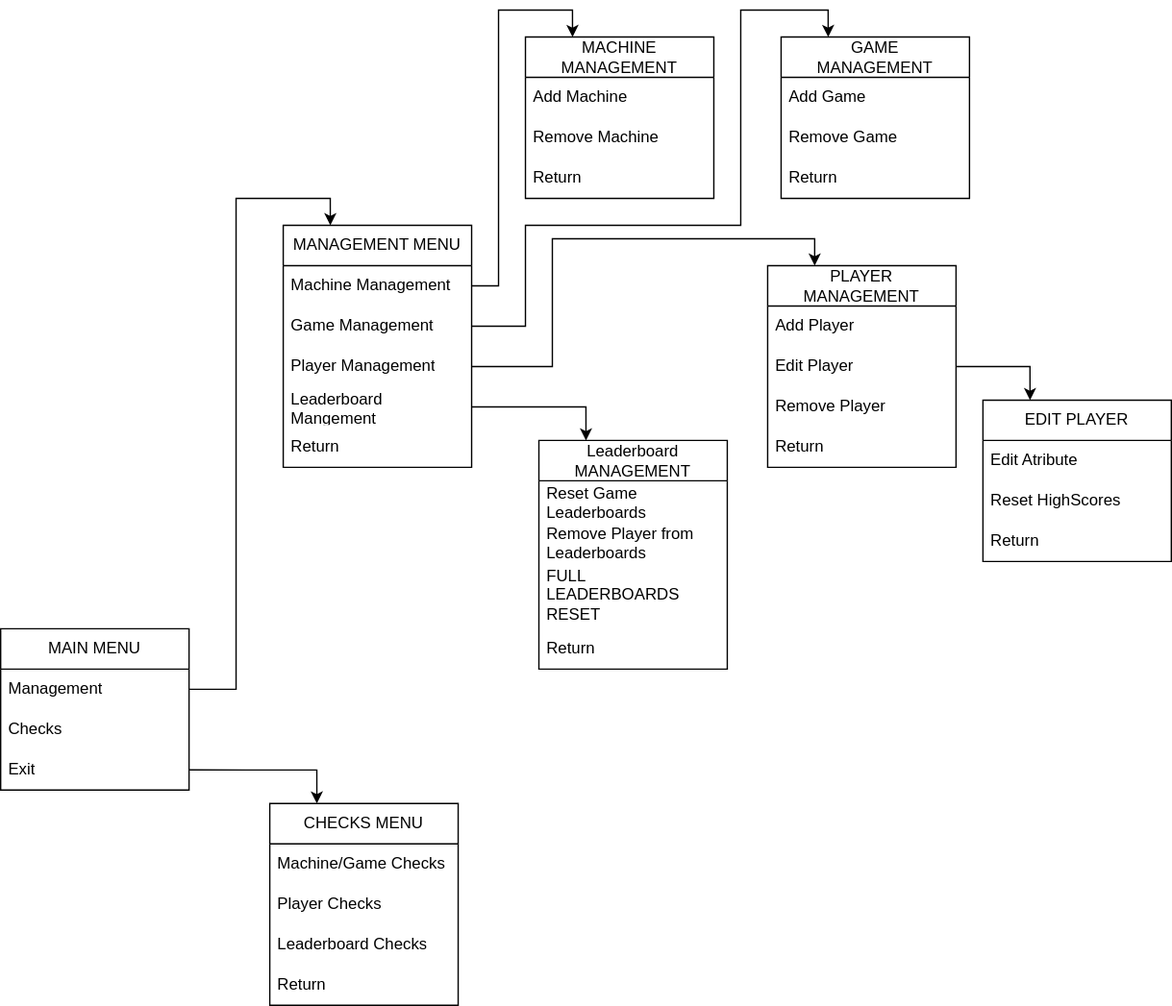
This is practical_work/Menus_diagram.svg from PdvSobral/curricular_unit_P2, a draw.io export, as it was before one commit. Source tidied: cells renumbered, new cells last; positions are measured from the earlier drawing's top-left corner, leaving out a move shared by most shapes.
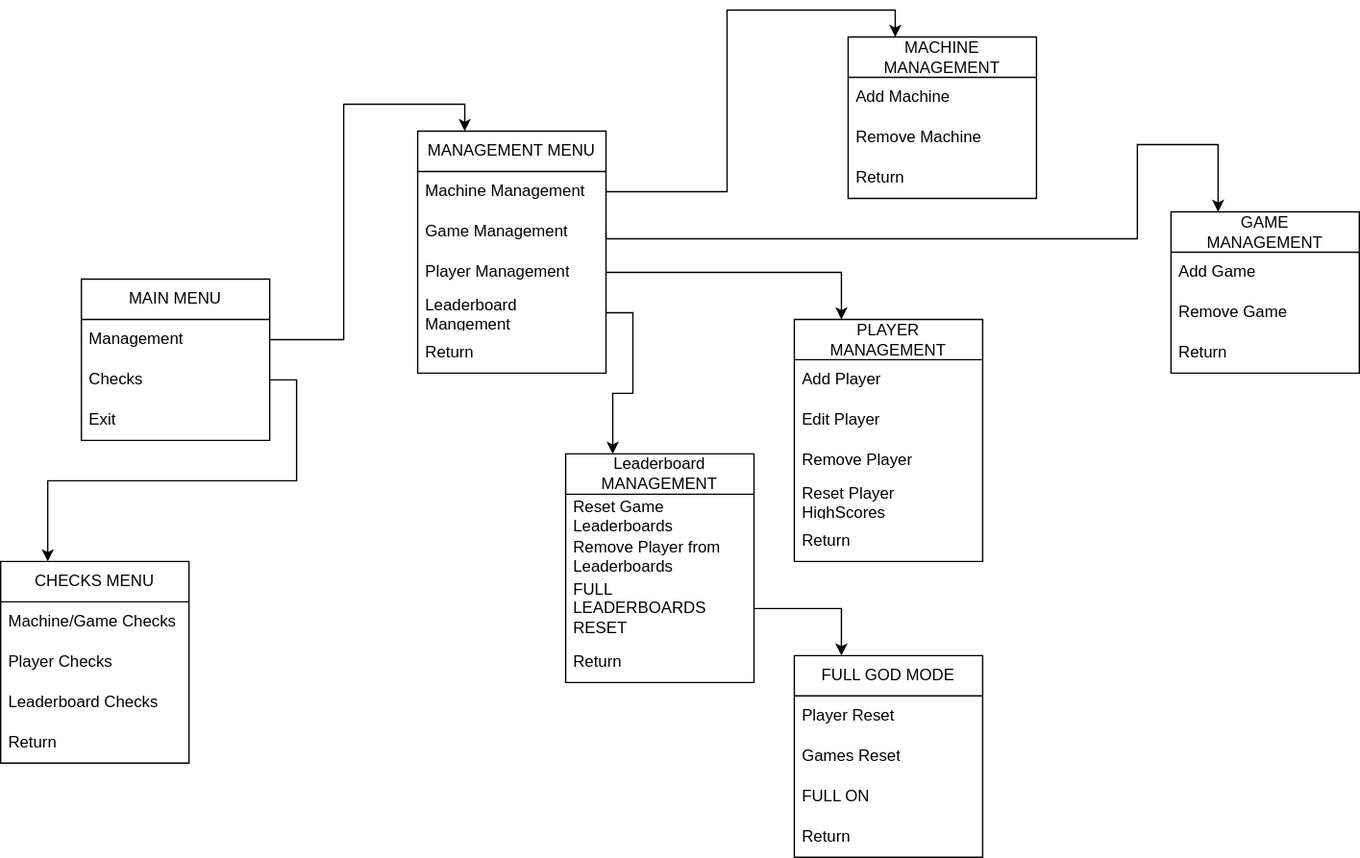
After the change.

What changed in the source:
```diff
@@ -3,7 +3,7 @@
     <mxCell id="0" />
     <mxCell id="1" parent="0" />
     <mxCell id="2" value="MAIN MENU" style="swimlane;fontStyle=0;horizontal=1;startSize=30;whiteSpace=wrap;html=1;" parent="1" vertex="1">
-      <mxGeometry y="460" width="140" height="120" as="geometry" />
+      <mxGeometry x="-170" y="90" width="140" height="120" as="geometry" />
     </mxCell>
     <mxCell id="3" value="Management" style="text;strokeColor=none;fillColor=none;align=left;verticalAlign=middle;spacingLeft=4;spacingRight=4;overflow=hidden;points=[[0,0.5],[1,0.5]];portConstraint=eastwest;whiteSpace=wrap;html=1;" parent="2" vertex="1">
       <mxGeometry y="30" width="140" height="30" as="geometry" />
@@ -15,7 +15,7 @@
       <mxGeometry y="90" width="140" height="30" as="geometry" />
     </mxCell>
     <mxCell id="6" value="MANAGEMENT MENU" style="swimlane;fontStyle=0;horizontal=1;startSize=30;whiteSpace=wrap;html=1;" parent="1" vertex="1">
-      <mxGeometry x="210" y="160" width="140" height="180" as="geometry" />
+      <mxGeometry x="80" y="-20" width="140" height="180" as="geometry" />
     </mxCell>
     <mxCell id="7" value="Machine Management" style="text;strokeColor=none;fillColor=none;align=left;verticalAlign=middle;spacingLeft=4;spacingRight=4;overflow=hidden;points=[[0,0.5],[1,0.5]];portConstraint=eastwest;whiteSpace=wrap;html=1;" parent="6" vertex="1">
       <mxGeometry y="30" width="140" height="30" as="geometry" />
@@ -33,7 +33,7 @@
       <mxGeometry y="150" width="140" height="30" as="geometry" />
     </mxCell>
     <mxCell id="12" value="MACHINE MANAGEMENT" style="swimlane;fontStyle=0;horizontal=1;startSize=30;whiteSpace=wrap;html=1;" parent="1" vertex="1">
-      <mxGeometry x="390" y="20" width="140" height="120" as="geometry" />
+      <mxGeometry x="400" y="-90" width="140" height="120" as="geometry" />
     </mxCell>
     <mxCell id="13" value="Add Machine" style="text;strokeColor=none;fillColor=none;align=left;verticalAlign=middle;spacingLeft=4;spacingRight=4;overflow=hidden;whiteSpace=wrap;html=1;" parent="12" vertex="1">
       <mxGeometry y="30" width="140" height="30" as="geometry" />
@@ -51,7 +51,7 @@
       <mxGeometry relative="1" as="geometry" />
     </mxCell>
     <mxCell id="18" value="GAME&lt;br&gt;MANAGEMENT" style="swimlane;fontStyle=0;horizontal=1;startSize=30;whiteSpace=wrap;html=1;" parent="1" vertex="1">
-      <mxGeometry x="580" y="20" width="140" height="120" as="geometry" />
+      <mxGeometry x="640" y="40" width="140" height="120" as="geometry" />
     </mxCell>
     <mxCell id="19" value="Add Game" style="text;strokeColor=none;fillColor=none;align=left;verticalAlign=middle;spacingLeft=4;spacingRight=4;overflow=hidden;whiteSpace=wrap;html=1;" parent="18" vertex="1">
       <mxGeometry y="30" width="140" height="30" as="geometry" />
@@ -65,16 +65,15 @@
     <mxCell id="22" style="edgeStyle=orthogonalEdgeStyle;rounded=0;jettySize=auto;html=1;exitX=1;exitY=0.5;exitDx=0;exitDy=0;entryX=0.25;entryY=0;entryDx=0;entryDy=0;" parent="1" edge="1" source="8" target="18">
       <mxGeometry relative="1" as="geometry">
         <Array as="points">
-          <mxPoint x="390" y="235" />
-          <mxPoint x="390" y="160" />
-          <mxPoint x="550" y="160" />
-          <mxPoint x="550" />
-          <mxPoint x="615" />
+          <mxPoint x="220" y="60" />
+          <mxPoint x="615" y="60" />
+          <mxPoint x="615" y="-10" />
+          <mxPoint x="675" y="-10" />
         </Array>
       </mxGeometry>
     </mxCell>
     <mxCell id="23" value="PLAYER&lt;br&gt;MANAGEMENT" style="swimlane;fontStyle=0;horizontal=1;startSize=30;whiteSpace=wrap;html=1;" parent="1" vertex="1">
-      <mxGeometry x="570" y="190" width="140" height="150" as="geometry" />
+      <mxGeometry x="360" y="120" width="140" height="180" as="geometry" />
     </mxCell>
     <mxCell id="24" value="Add Player" style="text;strokeColor=none;fillColor=none;align=left;verticalAlign=middle;spacingLeft=4;spacingRight=4;overflow=hidden;whiteSpace=wrap;html=1;" parent="23" vertex="1">
       <mxGeometry y="30" width="140" height="30" as="geometry" />
@@ -85,21 +84,21 @@
     <mxCell id="26" value="Remove Player" style="text;strokeColor=none;fillColor=none;align=left;verticalAlign=middle;spacingLeft=4;spacingRight=4;overflow=hidden;whiteSpace=wrap;html=1;" parent="23" vertex="1">
       <mxGeometry y="90" width="140" height="30" as="geometry" />
     </mxCell>
+    <mxCell id="36" value="Reset Player HighScores" style="text;strokeColor=none;fillColor=none;align=left;verticalAlign=middle;spacingLeft=4;spacingRight=4;overflow=hidden;whiteSpace=wrap;html=1;" parent="23" vertex="1">
+      <mxGeometry y="120" width="140" height="30" as="geometry" />
+    </mxCell>
     <mxCell id="27" value="Return" style="text;strokeColor=none;fillColor=none;align=left;verticalAlign=middle;spacingLeft=4;spacingRight=4;overflow=hidden;whiteSpace=wrap;html=1;" parent="23" vertex="1">
-      <mxGeometry y="120" width="140" height="30" as="geometry" />
+      <mxGeometry y="150" width="140" height="30" as="geometry" />
     </mxCell>
     <mxCell id="28" style="edgeStyle=orthogonalEdgeStyle;rounded=0;jettySize=auto;html=1;exitX=1;exitY=0.5;exitDx=0;exitDy=0;entryX=0.25;entryY=0;entryDx=0;entryDy=0;" parent="1" edge="1" source="9" target="23">
       <mxGeometry relative="1" as="geometry">
         <Array as="points">
-          <mxPoint x="410" y="265" />
-          <mxPoint x="410" y="170" />
-          <mxPoint x="605" y="170" />
-          <mxPoint x="605" y="190" />
+          <mxPoint x="395" y="85" />
         </Array>
       </mxGeometry>
     </mxCell>
     <mxCell id="29" value="Leaderboard&lt;br&gt;MANAGEMENT" style="swimlane;fontStyle=0;horizontal=1;startSize=30;whiteSpace=wrap;html=1;" parent="1" vertex="1">
-      <mxGeometry x="400" y="320" width="140" height="170" as="geometry" />
+      <mxGeometry x="190" y="220" width="140" height="170" as="geometry" />
     </mxCell>
     <mxCell id="30" value="Reset Game Leaderboards" style="text;strokeColor=none;fillColor=none;align=left;verticalAlign=middle;spacingLeft=4;spacingRight=4;overflow=hidden;whiteSpace=wrap;html=1;" parent="29" vertex="1">
       <mxGeometry y="30" width="140" height="30" as="geometry" />
@@ -113,26 +112,11 @@
     <mxCell id="33" value="Return" style="text;strokeColor=none;fillColor=none;align=left;verticalAlign=middle;spacingLeft=4;spacingRight=4;overflow=hidden;whiteSpace=wrap;html=1;" parent="29" vertex="1">
       <mxGeometry y="140" width="140" height="30" as="geometry" />
     </mxCell>
-    <mxCell id="34" value="EDIT PLAYER" style="swimlane;fontStyle=0;horizontal=1;startSize=30;whiteSpace=wrap;html=1;" parent="1" vertex="1">
-      <mxGeometry x="730" y="290" width="140" height="120" as="geometry" />
-    </mxCell>
-    <mxCell id="35" value="Edit Atribute" style="text;strokeColor=none;fillColor=none;align=left;verticalAlign=middle;spacingLeft=4;spacingRight=4;overflow=hidden;whiteSpace=wrap;html=1;" parent="34" vertex="1">
-      <mxGeometry y="30" width="140" height="30" as="geometry" />
-    </mxCell>
-    <mxCell id="36" value="Reset HighScores" style="text;strokeColor=none;fillColor=none;align=left;verticalAlign=middle;spacingLeft=4;spacingRight=4;overflow=hidden;whiteSpace=wrap;html=1;" parent="34" vertex="1">
-      <mxGeometry y="60" width="140" height="30" as="geometry" />
-    </mxCell>
-    <mxCell id="37" value="Return" style="text;strokeColor=none;fillColor=none;align=left;verticalAlign=middle;spacingLeft=4;spacingRight=4;overflow=hidden;whiteSpace=wrap;html=1;" parent="34" vertex="1">
-      <mxGeometry y="90" width="140" height="30" as="geometry" />
-    </mxCell>
-    <mxCell id="38" style="edgeStyle=orthogonalEdgeStyle;rounded=0;jettySize=auto;html=1;exitX=1;exitY=0.5;exitDx=0;exitDy=0;entryX=0.25;entryY=0;entryDx=0;entryDy=0;" parent="1" edge="1" source="25" target="34">
-      <mxGeometry relative="1" as="geometry" />
-    </mxCell>
     <mxCell id="39" style="edgeStyle=orthogonalEdgeStyle;rounded=0;jettySize=auto;html=1;exitX=1;exitY=0.5;exitDx=0;exitDy=0;entryX=0.25;entryY=0;entryDx=0;entryDy=0;" parent="1" edge="1" source="10" target="29">
       <mxGeometry relative="1" as="geometry" />
     </mxCell>
     <mxCell id="40" value="CHECKS MENU" style="swimlane;fontStyle=0;horizontal=1;startSize=30;whiteSpace=wrap;html=1;" parent="1" vertex="1">
-      <mxGeometry x="200" y="590" width="140" height="150" as="geometry" />
+      <mxGeometry x="-230" y="300" width="140" height="150" as="geometry" />
     </mxCell>
     <mxCell id="41" value="Machine/Game Checks" style="text;strokeColor=none;fillColor=none;align=left;verticalAlign=middle;spacingLeft=4;spacingRight=4;overflow=hidden;whiteSpace=wrap;html=1;" parent="40" vertex="1">
       <mxGeometry y="30" width="140" height="30" as="geometry" />
@@ -146,8 +130,26 @@
     <mxCell id="44" value="Return" style="text;strokeColor=none;fillColor=none;align=left;verticalAlign=middle;spacingLeft=4;spacingRight=4;overflow=hidden;whiteSpace=wrap;html=1;" parent="40" vertex="1">
       <mxGeometry y="120" width="140" height="30" as="geometry" />
     </mxCell>
-    <mxCell id="45" style="edgeStyle=orthogonalEdgeStyle;rounded=0;jettySize=auto;html=1;exitX=1;exitY=0.5;exitDx=0;exitDy=0;entryX=0.25;entryY=0;entryDx=0;entryDy=0;" parent="1" edge="1" source="5" target="40">
+    <mxCell id="45" style="edgeStyle=orthogonalEdgeStyle;rounded=0;jettySize=auto;html=1;exitX=1;exitY=0.5;exitDx=0;exitDy=0;entryX=0.25;entryY=0;entryDx=0;entryDy=0;" parent="1" edge="1" source="4" target="40">
       <mxGeometry relative="1" as="geometry" />
     </mxCell>
+    <mxCell id="46" value="FULL GOD MODE" style="swimlane;fontStyle=0;horizontal=1;startSize=30;whiteSpace=wrap;html=1;" parent="1" vertex="1">
+      <mxGeometry x="360" y="370" width="140" height="150" as="geometry" />
+    </mxCell>
+    <mxCell id="47" value="Player Reset" style="text;strokeColor=none;fillColor=none;align=left;verticalAlign=middle;spacingLeft=4;spacingRight=4;overflow=hidden;whiteSpace=wrap;html=1;" parent="46" vertex="1">
+      <mxGeometry y="30" width="140" height="30" as="geometry" />
+    </mxCell>
+    <mxCell id="48" value="Games Reset" style="text;strokeColor=none;fillColor=none;align=left;verticalAlign=middle;spacingLeft=4;spacingRight=4;overflow=hidden;whiteSpace=wrap;html=1;" parent="46" vertex="1">
+      <mxGeometry y="60" width="140" height="30" as="geometry" />
+    </mxCell>
+    <mxCell id="49" value="FULL ON" style="text;strokeColor=none;fillColor=none;align=left;verticalAlign=middle;spacingLeft=4;spacingRight=4;overflow=hidden;whiteSpace=wrap;html=1;" parent="46" vertex="1">
+      <mxGeometry y="90" width="140" height="30" as="geometry" />
+    </mxCell>
+    <mxCell id="37" value="Return" style="text;strokeColor=none;fillColor=none;align=left;verticalAlign=middle;spacingLeft=4;spacingRight=4;overflow=hidden;whiteSpace=wrap;html=1;" parent="46" vertex="1">
+      <mxGeometry y="120" width="140" height="30" as="geometry" />
+    </mxCell>
+    <mxCell id="50" style="edgeStyle=orthogonalEdgeStyle;rounded=0;jettySize=auto;html=1;exitX=1;exitY=0.5;exitDx=0;exitDy=0;entryX=0.25;entryY=0;entryDx=0;entryDy=0;" parent="1" edge="1" source="32" target="46">
+      <mxGeometry relative="1" as="geometry" />
+    </mxCell>
   </root>
 </mxGraphModel>
```
